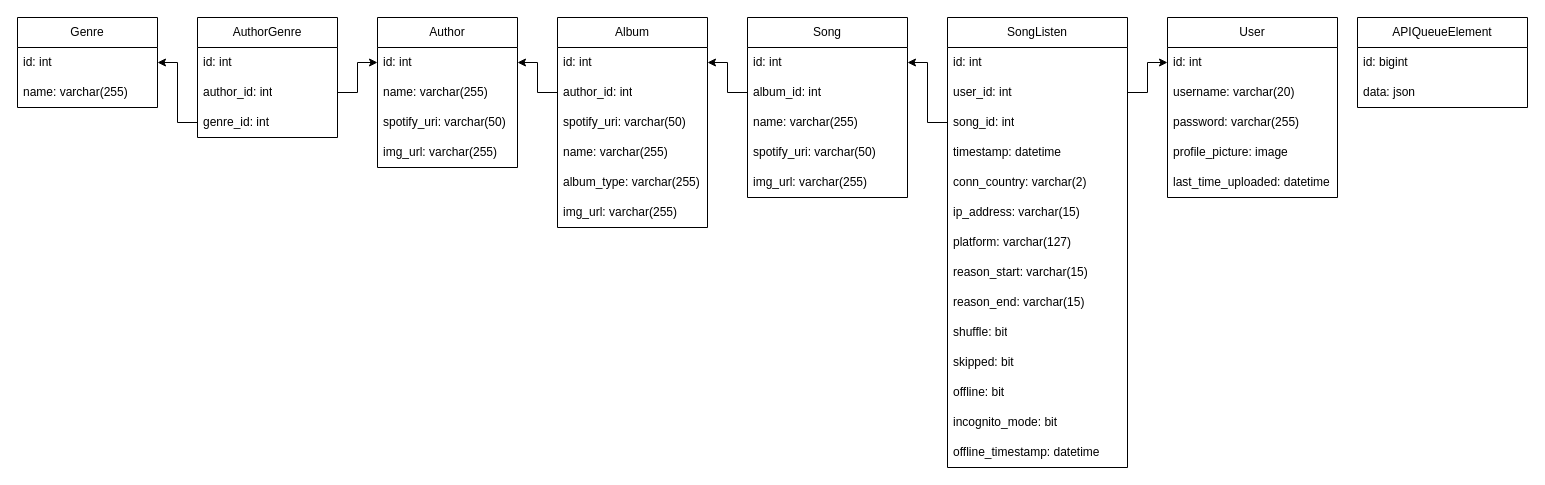
Zancmok/AdvancedSpotifyDataAnalyzer keeps this draw.io diagram as drawio/database.drawio. Above is the earlier version. Source tidied: cells renumbered, new cells numbered last; positions are measured from the earlier drawing's top-left corner, leaving out a move shared by most shapes. Both pictures are drawn from the tidied source at 100%, with x=0, y=0 at pixel (17, 17).
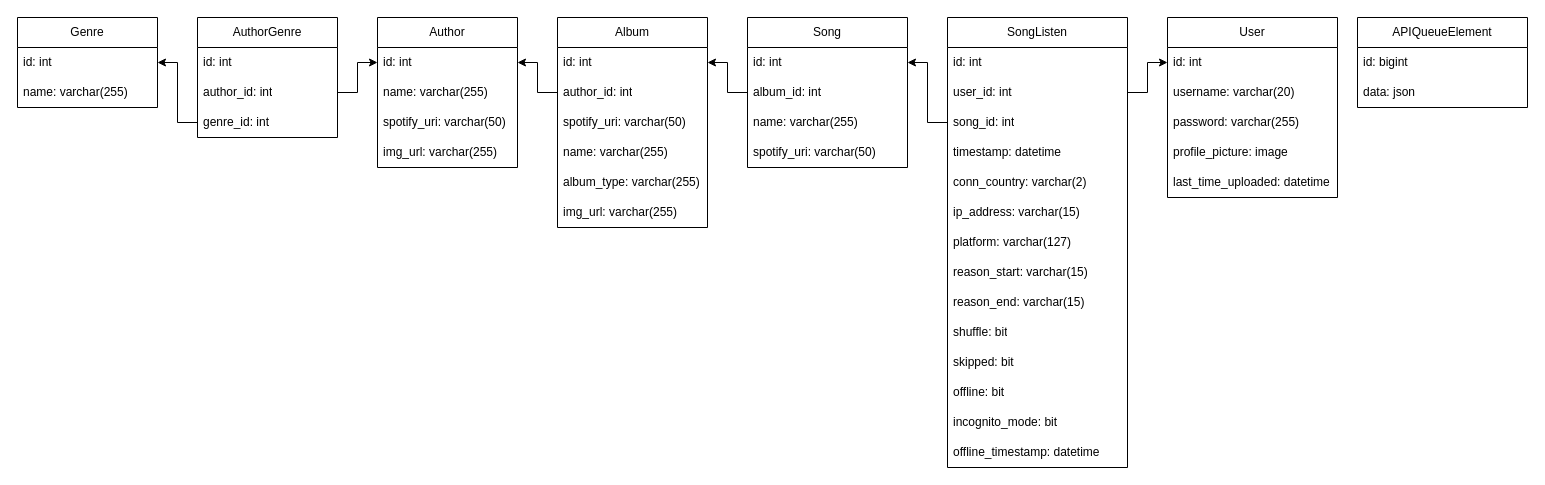
The same page after the edit.

Change to the diagram source:
```diff
@@
     <mxCell id="24" value="Song" style="swimlane;fontStyle=0;horizontal=1;startSize=30;whiteSpace=wrap;html=1;" parent="1" vertex="1">
-      <mxGeometry x="730" width="160" height="180" as="geometry" />
+      <mxGeometry x="730" width="160" height="150" as="geometry" />
     </mxCell>
@@
-    <mxCell id="29" value="img_url: varchar(255)" style="text;strokeColor=none;fillColor=none;align=left;verticalAlign=middle;spacingLeft=4;spacingRight=4;overflow=hidden;whiteSpace=wrap;html=1;" parent="24" vertex="1">
-      <mxGeometry y="150" width="160" height="30" as="geometry" />
-    </mxCell>
```
